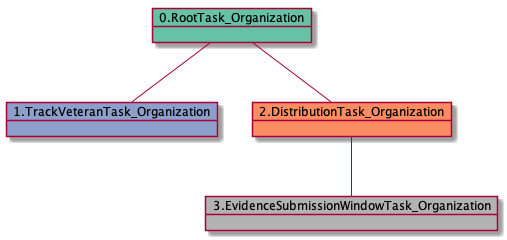
Earlier version of the PlantUML export docs-ES/uml/RTO.TVTO-40915.png (yoomlam/graphing).
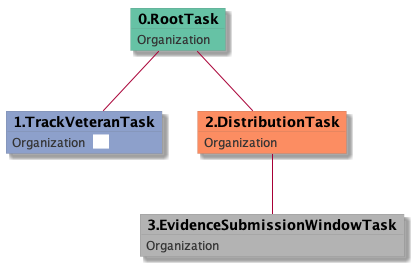
Above is the later version.

Change to the diagram source:
```diff
@@ -1,9 +1,25 @@
 @startuml
-object 0.RootTask_Organization #66c2a5
-object 1.TrackVeteranTask_Organization #8da0cb
-object 2.DistributionTask_Organization #fc8d62
-object 3.EvidenceSubmissionWindowTask_Organization #b3b3b3
-0.RootTask_Organization -- 1.TrackVeteranTask_Organization
-0.RootTask_Organization -- 2.DistributionTask_Organization
-2.DistributionTask_Organization -- 3.EvidenceSubmissionWindowTask_Organization
+skinparam {
+  ObjectBorderColor #555
+  ObjectBorderThickness 0
+  ObjectFontStyle bold
+  ObjectFontSize 14
+  ObjectAttributeFontColor #333
+  ObjectAttributeFontSize 12
+}
+  object 0.RootTask #66c2a5 {
+Organization
+}
+  object 1.TrackVeteranTask #8da0cb {
+Organization  <back:white>    </back>
+}
+  object 2.DistributionTask #fc8d62 {
+Organization
+}
+  object 3.EvidenceSubmissionWindowTask #b3b3b3 {
+Organization
+}
+0.RootTask -- 1.TrackVeteranTask
+0.RootTask -- 2.DistributionTask
+2.DistributionTask -- 3.EvidenceSubmissionWindowTask
 @enduml
```
